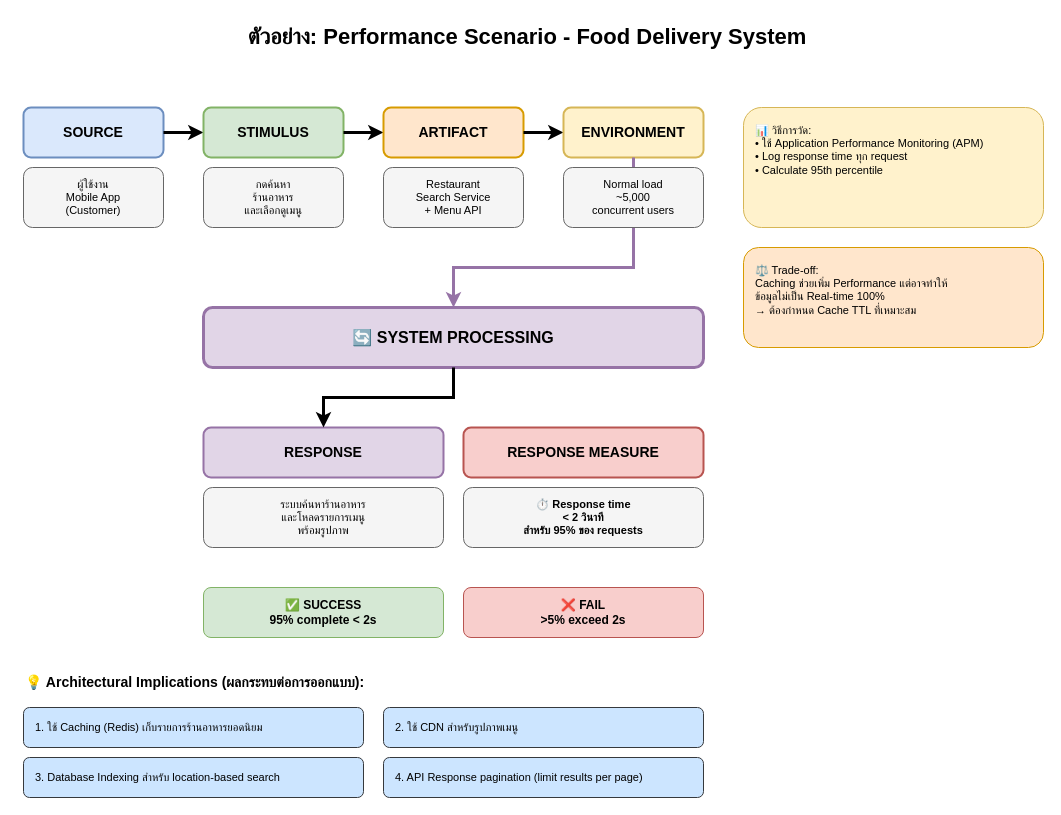
Earlier version of the draw.io diagram page "diagram5_scenario_example" (5 of 5) of week2/engse207_week2.drawio (se-rmutl/engse207). Source tidied: cells renumbered, new cells numbered last; positions are measured from the earlier drawing's top-left corner, leaving out a move shared by most shapes. Both pictures are drawn from the tidied source at 100%, with x=0, y=0 at pixel (23, 17).
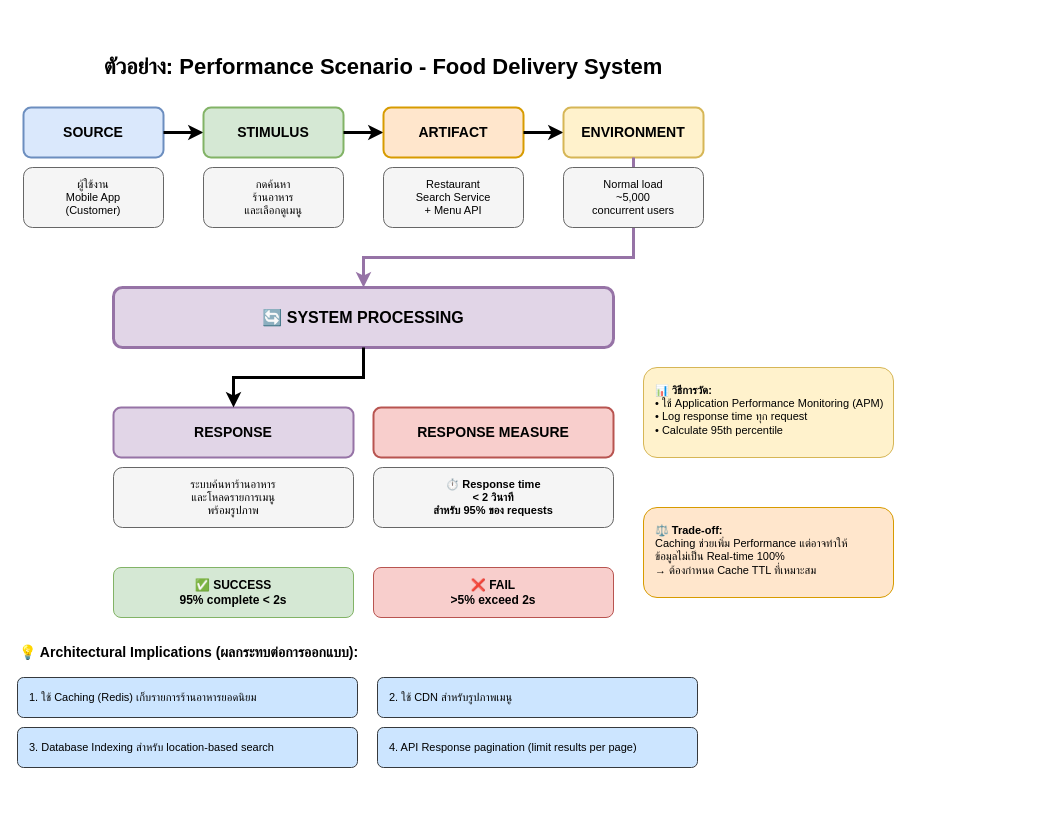
The same diagram, later.

The change refers to these unchanged cells:
```xml
<mxCell id="12" value="ENVIRONMENT" style="rounded=1;whiteSpace=wrap;html=1;fontSize=14;fontStyle=1;fillColor=#fff2cc;strokeColor=#d6b656;strokeWidth=2;" parent="1" vertex="1">
  <mxGeometry x="540" y="90" width="140" height="50" as="geometry" />
</mxCell>
```

What changed in the source:
```diff
@@
     <mxCell id="2" value="ตัวอย่าง: Performance Scenario - Food Delivery System" style="text;html=1;strokeColor=none;fillColor=none;align=center;verticalAlign=middle;whiteSpace=wrap;rounded=0;fontSize=22;fontStyle=1;" parent="1" vertex="1">
-      <mxGeometry x="154" width="700" height="40" as="geometry" />
+      <mxGeometry x="10" y="30" width="700" height="40" as="geometry" />
     </mxCell>
@@
     <mxCell id="13" value="🔄 SYSTEM PROCESSING" style="rounded=1;whiteSpace=wrap;html=1;fontSize=16;fontStyle=1;fillColor=#e1d5e7;strokeColor=#9673a6;strokeWidth=3;" parent="1" vertex="1">
-      <mxGeometry x="180" y="290" width="500" height="60" as="geometry" />
+      <mxGeometry x="90" y="270" width="500" height="60" as="geometry" />
     </mxCell>
     <mxCell id="14" style="edgeStyle=orthogonalEdgeStyle;rounded=0;jettySize=auto;html=1;exitX=0.5;exitY=1;exitDx=0;exitDy=0;entryX=0.5;entryY=0;entryDx=0;entryDy=0;strokeWidth=3;endArrow=classic;endFill=1;strokeColor=#9673a6;" parent="1" edge="1" source="12" target="13">
       <mxGeometry relative="1" as="geometry">
         <Array as="points">
-          <mxPoint x="610" y="250" />
-          <mxPoint x="430" y="250" />
+          <mxPoint x="610" y="240" />
+          <mxPoint x="340" y="240" />
         </Array>
       </mxGeometry>
     </mxCell>
     <mxCell id="15" value="RESPONSE" style="rounded=1;whiteSpace=wrap;html=1;fontSize=14;fontStyle=1;fillColor=#e1d5e7;strokeColor=#9673a6;strokeWidth=2;" parent="1" vertex="1">
-      <mxGeometry x="180" y="410" width="240" height="50" as="geometry" />
+      <mxGeometry x="90" y="390" width="240" height="50" as="geometry" />
     </mxCell>
     <mxCell id="16" value="ระบบค้นหาร้านอาหาร&#10;และโหลดรายการเมนู&#10;พร้อมรูปภาพ" style="rounded=1;whiteSpace=wrap;html=1;fontSize=11;fillColor=#f5f5f5;strokeColor=#666666;" parent="1" vertex="1">
-      <mxGeometry x="180" y="470" width="240" height="60" as="geometry" />
+      <mxGeometry x="90" y="450" width="240" height="60" as="geometry" />
     </mxCell>
@@
     <mxCell id="18" value="RESPONSE MEASURE" style="rounded=1;whiteSpace=wrap;html=1;fontSize=14;fontStyle=1;fillColor=#f8cecc;strokeColor=#b85450;strokeWidth=2;" parent="1" vertex="1">
-      <mxGeometry x="440" y="410" width="240" height="50" as="geometry" />
+      <mxGeometry x="350" y="390" width="240" height="50" as="geometry" />
     </mxCell>
     <mxCell id="19" value="⏱️ Response time&#10;&lt; 2 วินาที&#10;สำหรับ 95% ของ requests" style="rounded=1;whiteSpace=wrap;html=1;fontSize=11;fillColor=#f5f5f5;strokeColor=#666666;fontStyle=1;" parent="1" vertex="1">
-      <mxGeometry x="440" y="470" width="240" height="60" as="geometry" />
+      <mxGeometry x="350" y="450" width="240" height="60" as="geometry" />
     </mxCell>
     <mxCell id="20" value="✅ SUCCESS&#10;95% complete &lt; 2s" style="rounded=1;whiteSpace=wrap;html=1;fontSize=12;fillColor=#d5e8d4;strokeColor=#82b366;fontStyle=1;" parent="1" vertex="1">
-      <mxGeometry x="180" y="570" width="240" height="50" as="geometry" />
+      <mxGeometry x="90" y="550" width="240" height="50" as="geometry" />
     </mxCell>
     <mxCell id="21" value="❌ FAIL&#10;&gt;5% exceed 2s" style="rounded=1;whiteSpace=wrap;html=1;fontSize=12;fillColor=#f8cecc;strokeColor=#b85450;fontStyle=1;" parent="1" vertex="1">
-      <mxGeometry x="440" y="570" width="240" height="50" as="geometry" />
+      <mxGeometry x="350" y="550" width="240" height="50" as="geometry" />
     </mxCell>
     <mxCell id="22" value="💡 Architectural Implications (ผลกระทบต่อการออกแบบ):" style="text;html=1;strokeColor=none;fillColor=none;align=left;verticalAlign=middle;whiteSpace=wrap;rounded=0;fontSize=14;fontStyle=1;" parent="1" vertex="1">
-      <mxGeometry y="650" width="680" height="30" as="geometry" />
+      <mxGeometry x="-6" y="620" width="680" height="30" as="geometry" />
     </mxCell>
     <mxCell id="23" value="1. ใช้ Caching (Redis) เก็บรายการร้านอาหารยอดนิยม" style="rounded=1;whiteSpace=wrap;html=1;fontSize=11;fillColor=#cce5ff;strokeColor=#36393d;align=left;spacingLeft=10;" parent="1" vertex="1">
-      <mxGeometry y="690" width="340" height="40" as="geometry" />
+      <mxGeometry x="-6" y="660" width="340" height="40" as="geometry" />
     </mxCell>
     <mxCell id="24" value="2. ใช้ CDN สำหรับรูปภาพเมนู" style="rounded=1;whiteSpace=wrap;html=1;fontSize=11;fillColor=#cce5ff;strokeColor=#36393d;align=left;spacingLeft=10;" parent="1" vertex="1">
-      <mxGeometry x="360" y="690" width="320" height="40" as="geometry" />
+      <mxGeometry x="354" y="660" width="320" height="40" as="geometry" />
     </mxCell>
     <mxCell id="25" value="3. Database Indexing สำหรับ location-based search" style="rounded=1;whiteSpace=wrap;html=1;fontSize=11;fillColor=#cce5ff;strokeColor=#36393d;align=left;spacingLeft=10;" parent="1" vertex="1">
-      <mxGeometry y="740" width="340" height="40" as="geometry" />
+      <mxGeometry x="-6" y="710" width="340" height="40" as="geometry" />
     </mxCell>
     <mxCell id="26" value="4. API Response pagination (limit results per page)" style="rounded=1;whiteSpace=wrap;html=1;fontSize=11;fillColor=#cce5ff;strokeColor=#36393d;align=left;spacingLeft=10;" parent="1" vertex="1">
-      <mxGeometry x="360" y="740" width="320" height="40" as="geometry" />
+      <mxGeometry x="354" y="710" width="320" height="40" as="geometry" />
     </mxCell>
-    <mxCell id="27" value="📊 วิธีการวัด:&#10;• ใช้ Application Performance Monitoring (APM)&#10;• Log response time ทุก request&#10;• Calculate 95th percentile" style="rounded=1;whiteSpace=wrap;html=1;fontSize=11;fillColor=#fff2cc;strokeColor=#d6b656;align=left;verticalAlign=top;spacingLeft=10;spacingTop=10;" parent="1" vertex="1">
-      <mxGeometry x="720" y="90" width="300" height="120" as="geometry" />
+    <mxCell id="27" value="📊&lt;b&gt; วิธีการวัด:&lt;/b&gt;&lt;br&gt;• ใช้ Application Performance Monitoring (APM)&lt;br&gt;• Log response time ทุก request&lt;br&gt;• Calculate 95th percentile" style="rounded=1;whiteSpace=wrap;html=1;fontSize=11;fillColor=#fff2cc;strokeColor=#d6b656;align=left;verticalAlign=top;spacingLeft=10;spacingTop=10;" parent="1" vertex="1">
+      <mxGeometry x="620" y="350" width="250" height="90" as="geometry" />
     </mxCell>
-    <mxCell id="28" value="⚖️ Trade-off:&#10;Caching ช่วยเพิ่ม Performance แต่อาจทำให้&#10;ข้อมูลไม่เป็น Real-time 100%&#10;→ ต้องกำหนด Cache TTL ที่เหมาะสม" style="rounded=1;whiteSpace=wrap;html=1;fontSize=11;fillColor=#ffe6cc;strokeColor=#d79b00;align=left;verticalAlign=top;spacingLeft=10;spacingTop=10;" parent="1" vertex="1">
-      <mxGeometry x="720" y="230" width="300" height="100" as="geometry" />
+    <mxCell id="28" value="&lt;b&gt;⚖️ Trade-off:&lt;/b&gt;&lt;br&gt;Caching ช่วยเพิ่ม Performance แต่อาจทำให้&lt;br&gt;ข้อมูลไม่เป็น Real-time 100%&lt;br&gt;→ ต้องกำหนด Cache TTL ที่เหมาะสม" style="rounded=1;whiteSpace=wrap;html=1;fontSize=11;fillColor=#ffe6cc;strokeColor=#d79b00;align=left;verticalAlign=top;spacingLeft=10;spacingTop=10;" parent="1" vertex="1">
+      <mxGeometry x="620" y="490" width="250" height="90" as="geometry" />
     </mxCell>
```
